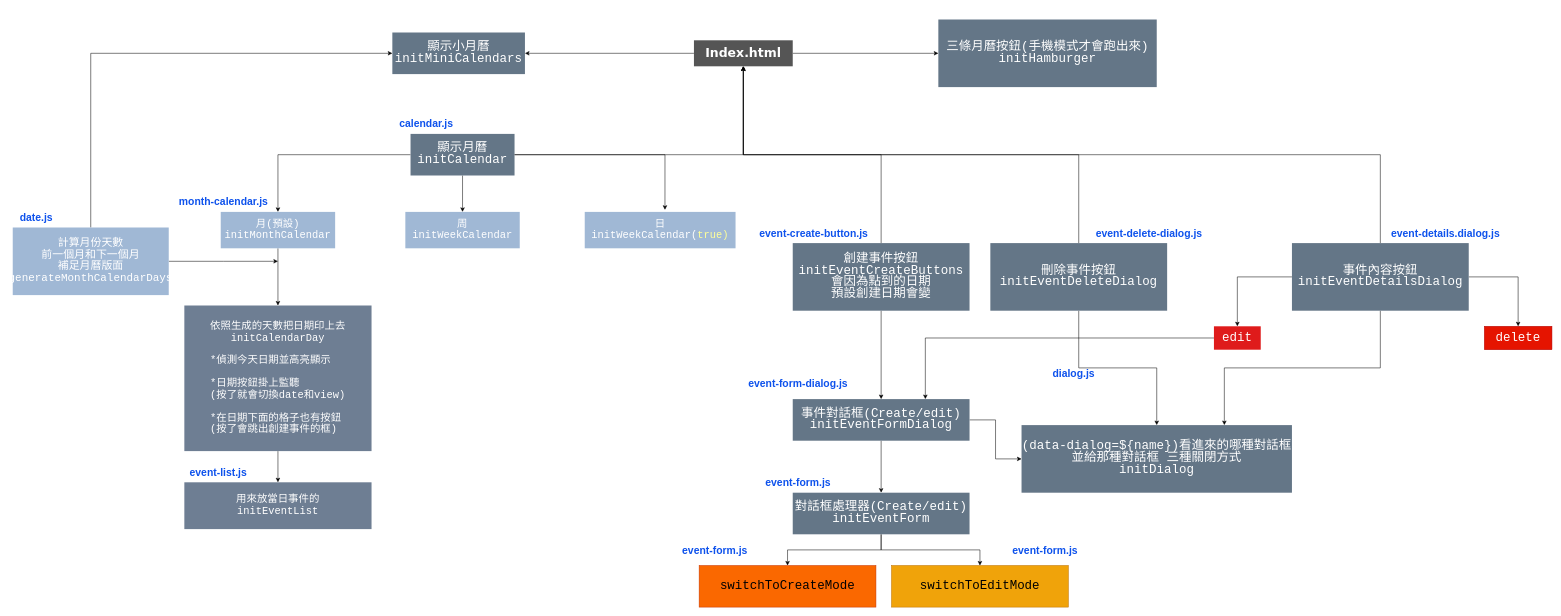
SonicHsu/CalendarApp keeps this draw.io diagram as Calendar.drawio. Above is the earlier version. Source tidied: cells renumbered, new cells numbered last; positions are measured from the earlier drawing's top-left corner, leaving out a move shared by most shapes. Both pictures are drawn from the tidied source at 52%, with x=0, y=0 at pixel (12, 19).
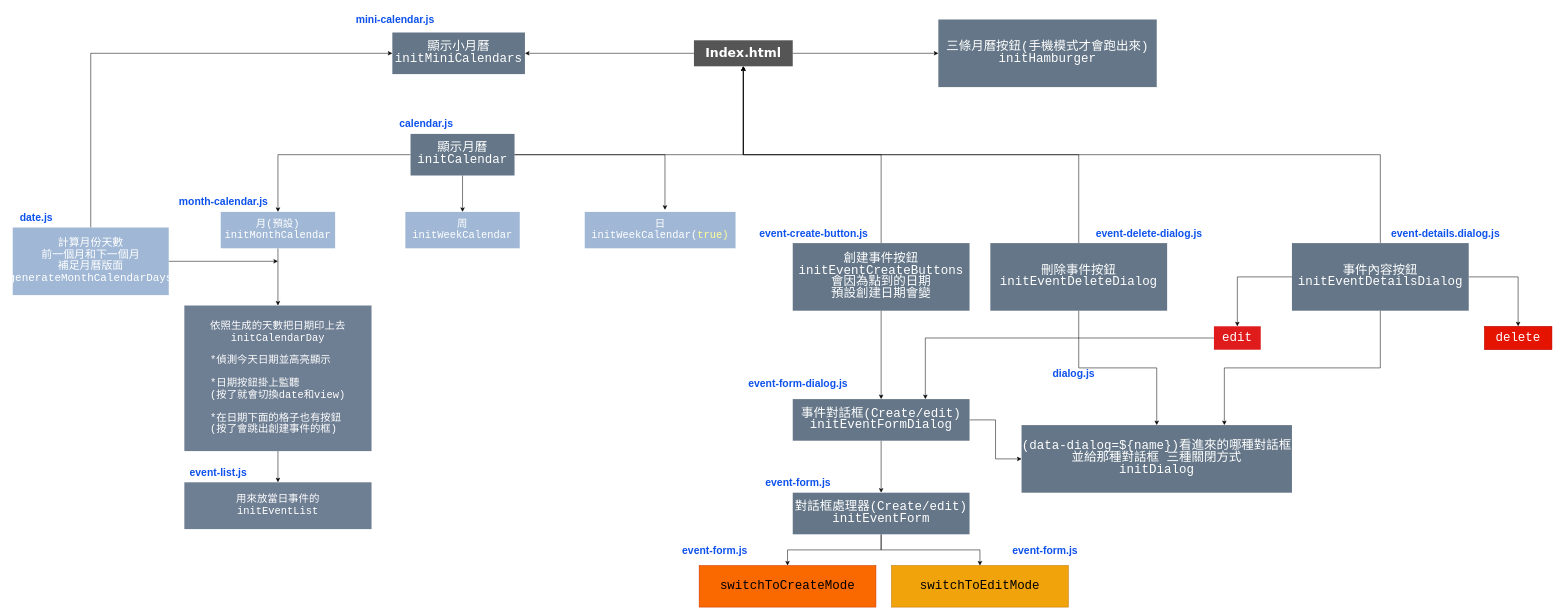
Above is the later version.

What changed in the source:
```diff
@@
+    <mxCell id="57" value="&lt;span style=&quot;font-size: 20px;&quot;&gt;&lt;b&gt;mini-calendar.js&lt;/b&gt;&lt;/span&gt;" style="text;html=1;align=center;verticalAlign=middle;strokeColor=none;fillColor=none;fontColor=#0E52EC;" parent="1" vertex="1">
+      <mxGeometry x="650" y="-20" width="170" height="40" as="geometry" />
+    </mxCell>
```
